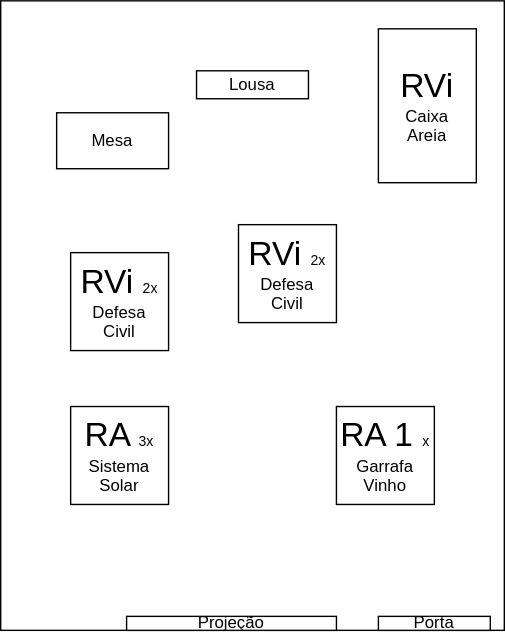
Before: _._/interacao/_/estacoes.drawio.svg, a diagram exported from draw.io (dalton-reis/dalton-reis). Source tidied: cells renumbered, new cells last; positions are measured from the earlier drawing's top-left corner, leaving out a move shared by most shapes.
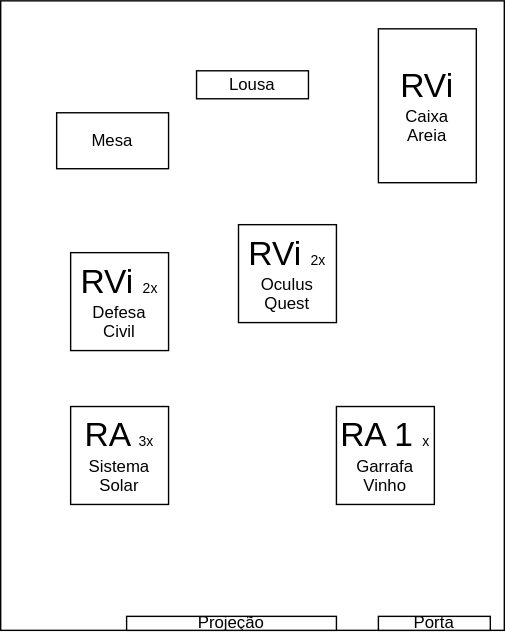
The same file after the commit.

The edit, as a diff of the source:
```diff
@@ -29,7 +29,7 @@
     <mxCell id="10" value="Projeção" style="rounded=0;whiteSpace=wrap;html=1;" parent="1" vertex="1">
       <mxGeometry x="90" y="440" width="150" height="10" as="geometry" />
     </mxCell>
-    <mxCell id="11" value="&lt;font style=&quot;font-size: 24px;&quot;&gt;RVi &lt;/font&gt;&lt;font style=&quot;font-size: 10px;&quot;&gt;2x&lt;/font&gt;&lt;br&gt;Defesa&lt;br&gt;Civil" style="rounded=0;whiteSpace=wrap;html=1;" parent="1" vertex="1">
+    <mxCell id="11" value="&lt;font style=&quot;font-size: 24px;&quot;&gt;RVi &lt;/font&gt;&lt;font style=&quot;font-size: 10px;&quot;&gt;2x&lt;/font&gt;&lt;br&gt;Oculus&lt;br&gt;Quest" style="rounded=0;whiteSpace=wrap;html=1;" parent="1" vertex="1">
       <mxGeometry x="170" y="160" width="70" height="70" as="geometry" />
     </mxCell>
   </root>
```
